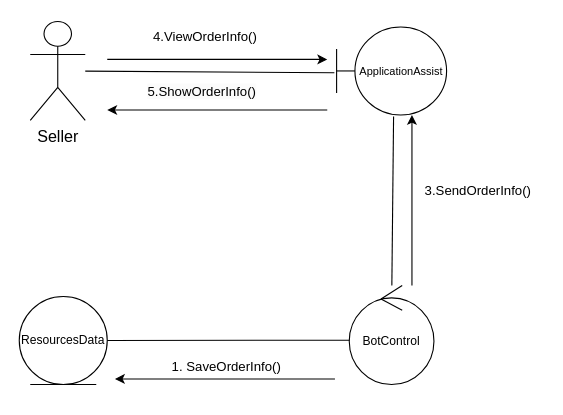
munkeawtoast/isad-diagrams keeps this draw.io diagram as page "Page-2" (2 of 2) of Record and Send Order Info.drawio. Above is the earlier version. Source tidied: cells renumbered, new cells numbered last; positions are measured from the earlier drawing's top-left corner, leaving out a move shared by most shapes. Both pictures are drawn from the tidied source at 110%, with x=0, y=0 at pixel (19, 21).
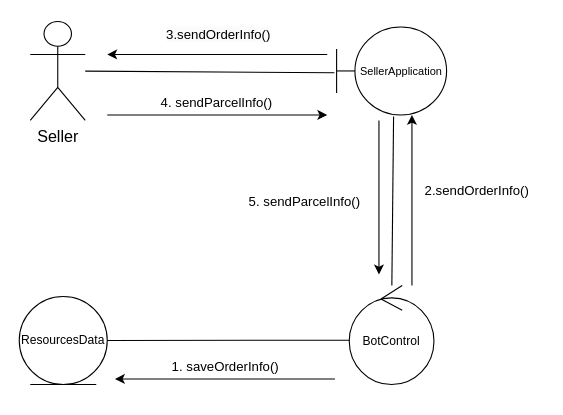
Above is the later version.

Diff of the diagram source:
```diff
@@
-    <mxCell id="3" value="&lt;font style=&quot;font-size: 10px;&quot;&gt;ApplicationAssist&lt;/font&gt;" style="shape=umlBoundary;whiteSpace=wrap;html=1;" parent="1" vertex="1">
+    <mxCell id="3" value="&lt;font style=&quot;font-size: 10px;&quot;&gt;SellerApplication&lt;/font&gt;" style="shape=umlBoundary;whiteSpace=wrap;html=1;" parent="1" vertex="1">
       <mxGeometry x="288.5" y="5" width="100" height="80" as="geometry" />
     </mxCell>
@@
-    <mxCell id="7" value="&lt;div style=&quot;text-align: center;&quot;&gt;&lt;span style=&quot;background-color: initial;&quot;&gt;4.ViewOrderInfo()&lt;/span&gt;&lt;/div&gt;&lt;div style=&quot;text-align: center;&quot;&gt;&lt;span style=&quot;background-color: initial;&quot;&gt;&lt;br&gt;&lt;/span&gt;&lt;/div&gt;" style="text;whiteSpace=wrap;html=1;" parent="1" vertex="1">
-      <mxGeometry x="120" width="110" height="40" as="geometry" />
+    <mxCell id="7" value="&lt;div style=&quot;text-align: center;&quot;&gt;&lt;span style=&quot;background-color: initial;&quot;&gt;4. sendParcelInfo()&lt;/span&gt;&lt;/div&gt;&lt;div style=&quot;text-align: center;&quot;&gt;&lt;span style=&quot;background-color: initial;&quot;&gt;&lt;br&gt;&lt;/span&gt;&lt;/div&gt;" style="text;whiteSpace=wrap;html=1;" parent="1" vertex="1">
+      <mxGeometry x="127" y="60" width="110" height="40" as="geometry" />
     </mxCell>
@@
-    <mxCell id="11" value="1. SaveOrderInfo()" style="text;whiteSpace=wrap;html=1;" parent="1" vertex="1">
+    <mxCell id="11" value="1. saveOrderInfo()" style="text;whiteSpace=wrap;html=1;" parent="1" vertex="1">
       <mxGeometry x="137" y="300" width="110" height="40" as="geometry" />
     </mxCell>
@@
-    <mxCell id="13" value="3.SendOrderInfo()" style="text;whiteSpace=wrap;html=1;" parent="1" vertex="1">
+    <mxCell id="13" value="2.sendOrderInfo()" style="text;whiteSpace=wrap;html=1;" parent="1" vertex="1">
       <mxGeometry x="367" y="140" width="110" height="40" as="geometry" />
     </mxCell>
-    <mxCell id="14" value="&lt;span style=&quot;color: rgb(0, 0, 0); font-family: Helvetica; font-size: 12px; font-style: normal; font-variant-ligatures: normal; font-variant-caps: normal; font-weight: 400; letter-spacing: normal; orphans: 2; text-align: left; text-indent: 0px; text-transform: none; widows: 2; word-spacing: 0px; -webkit-text-stroke-width: 0px; background-color: rgb(251, 251, 251); text-decoration-thickness: initial; text-decoration-style: initial; text-decoration-color: initial; float: none; display: inline !important;&quot;&gt;5.ShowOrderInfo()&lt;/span&gt;" style="text;whiteSpace=wrap;html=1;fontSize=11;" parent="1" vertex="1">
-      <mxGeometry x="115" y="50" width="120" height="40" as="geometry" />
+    <mxCell id="14" value="&lt;span style=&quot;color: rgb(0, 0, 0); font-family: Helvetica; font-size: 12px; font-style: normal; font-variant-ligatures: normal; font-variant-caps: normal; font-weight: 400; letter-spacing: normal; orphans: 2; text-align: left; text-indent: 0px; text-transform: none; widows: 2; word-spacing: 0px; -webkit-text-stroke-width: 0px; background-color: rgb(251, 251, 251); text-decoration-thickness: initial; text-decoration-style: initial; text-decoration-color: initial; float: none; display: inline !important;&quot;&gt;3.sendOrderInfo()&lt;/span&gt;" style="text;whiteSpace=wrap;html=1;fontSize=11;" parent="1" vertex="1">
+      <mxGeometry x="132" y="-2" width="120" height="40" as="geometry" />
     </mxCell>
     <mxCell id="15" style="endArrow=classic;html=1;fontSize=9;" parent="1" edge="1">
       <mxGeometry relative="1" as="geometry">
-        <mxPoint x="280" y="80.5" as="sourcePoint" />
-        <mxPoint x="80" y="80.5" as="targetPoint" />
+        <mxPoint x="280" y="30" as="sourcePoint" />
+        <mxPoint x="80" y="30" as="targetPoint" />
       </mxGeometry>
     </mxCell>
     <mxCell id="16" style="endArrow=classic;html=1;fontSize=9;" parent="1" edge="1">
       <mxGeometry relative="1" as="geometry">
-        <mxPoint x="80" y="34.5" as="sourcePoint" />
-        <mxPoint x="280" y="34.5" as="targetPoint" />
+        <mxPoint x="80" y="85" as="sourcePoint" />
+        <mxPoint x="280" y="85" as="targetPoint" />
       </mxGeometry>
     </mxCell>
+    <mxCell id="17" style="endArrow=classic;html=1;fontSize=9;" parent="1" edge="1">
+      <mxGeometry relative="1" as="geometry">
+        <mxPoint x="327" y="90" as="sourcePoint" />
+        <mxPoint x="327" y="230" as="targetPoint" />
+      </mxGeometry>
+    </mxCell>
+    <mxCell id="18" value="&lt;div style=&quot;text-align: center;&quot;&gt;&lt;span style=&quot;background-color: initial;&quot;&gt;5. sendParcelInfo()&lt;/span&gt;&lt;/div&gt;&lt;div style=&quot;text-align: center;&quot;&gt;&lt;span style=&quot;background-color: initial;&quot;&gt;&lt;br&gt;&lt;/span&gt;&lt;/div&gt;" style="text;whiteSpace=wrap;html=1;" parent="1" vertex="1">
+      <mxGeometry x="207" y="150" width="110" height="40" as="geometry" />
+    </mxCell>
```
